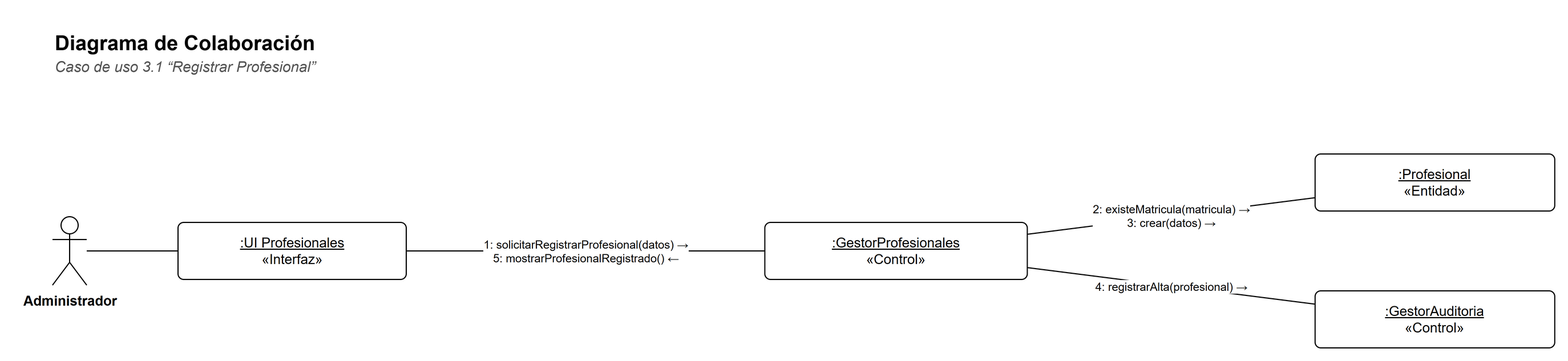
Before: docs/diagramas/colaboracion-3-1.png, a diagram exported from draw.io (Matiglorioso/kineturnos). Source tidied: cells renumbered, new cells last; positions are measured from the earlier drawing's top-left corner, leaving out a move shared by most shapes.
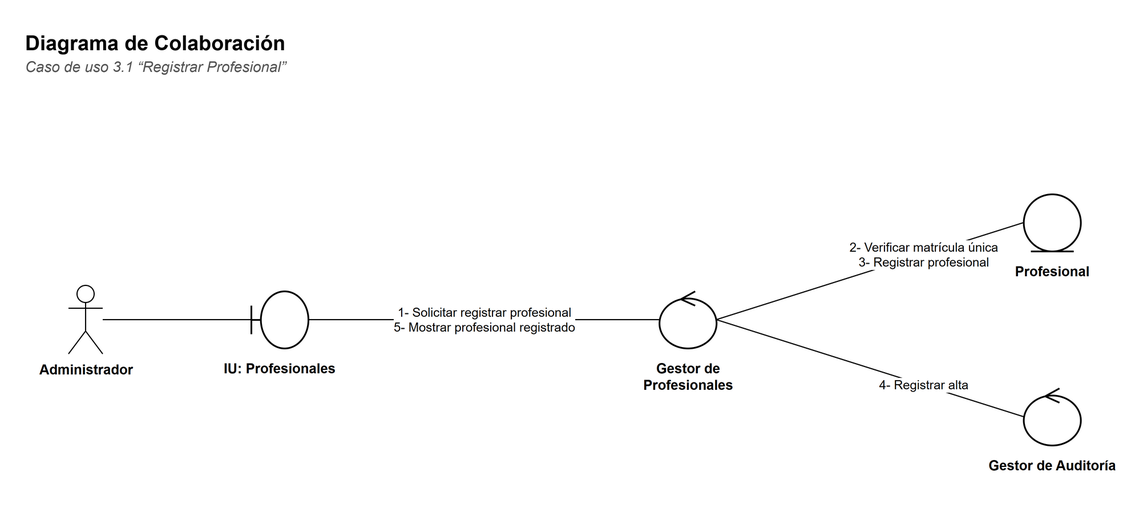
Above is the later version.

What changed in the source:
```diff
@@ -9,31 +9,43 @@
       <mxGeometry y="24" width="900" height="20" as="geometry" />
     </mxCell>
     <mxCell id="4" value="Administrador" style="shape=umlActor;verticalLabelPosition=bottom;verticalAlign=top;html=1;outlineConnect=0;fillColor=#FFFFFF;strokeColor=#000000;fontFamily=Helvetica;fontSize=12;fontStyle=1;" parent="1" vertex="1">
-      <mxGeometry y="170" width="30" height="60" as="geometry" />
+      <mxGeometry x="40" y="230" width="30" height="60" as="geometry" />
     </mxCell>
-    <mxCell id="5" value="&lt;u&gt;:UI Profesionales&lt;/u&gt;&lt;br&gt;«Interfaz»" style="rounded=0;whiteSpace=wrap;html=1;fillColor=#FFFFFF;strokeColor=#000000;fontFamily=Helvetica;fontSize=12;rounded=1;arcSize=10;" parent="1" vertex="1">
-      <mxGeometry x="110" y="175" width="200" height="50" as="geometry" />
+    <mxCell id="5" style="shape=umlBoundary;html=1;fillColor=#FFFFFF;strokeColor=#000000;strokeWidth=1.5;" parent="1" vertex="1">
+      <mxGeometry x="200" y="235" width="50" height="50" as="geometry" />
     </mxCell>
-    <mxCell id="6" value="&lt;u&gt;:GestorProfesionales&lt;/u&gt;&lt;br&gt;«Control»" style="rounded=0;whiteSpace=wrap;html=1;fillColor=#FFFFFF;strokeColor=#000000;fontFamily=Helvetica;fontSize=12;rounded=1;arcSize=10;" parent="1" vertex="1">
-      <mxGeometry x="624.2" y="175" width="230" height="50" as="geometry" />
+    <mxCell id="6" value="&lt;b&gt;IU: Profesionales&lt;/b&gt;" style="text;html=1;strokeColor=none;fillColor=none;align=left;verticalAlign=top;whiteSpace=wrap;fontFamily=Helvetica;align=center;fontSize=12;" parent="1" vertex="1">
+      <mxGeometry x="160" y="289" width="130" height="40" as="geometry" />
     </mxCell>
-    <mxCell id="7" value="&lt;u&gt;:Profesional&lt;/u&gt;&lt;br&gt;«Entidad»" style="rounded=0;whiteSpace=wrap;html=1;fillColor=#FFFFFF;strokeColor=#000000;fontFamily=Helvetica;fontSize=12;rounded=1;arcSize=10;" parent="1" vertex="1">
-      <mxGeometry x="1106.4" y="115" width="210" height="50" as="geometry" />
+    <mxCell id="7" style="shape=umlControl;html=1;fillColor=#FFFFFF;strokeColor=#000000;strokeWidth=1.5;" parent="1" vertex="1">
+      <mxGeometry x="557.6" y="235" width="50" height="50" as="geometry" />
     </mxCell>
-    <mxCell id="8" value="&lt;u&gt;:GestorAuditoria&lt;/u&gt;&lt;br&gt;«Control»" style="rounded=0;whiteSpace=wrap;html=1;fillColor=#FFFFFF;strokeColor=#000000;fontFamily=Helvetica;fontSize=12;rounded=1;arcSize=10;" parent="1" vertex="1">
-      <mxGeometry x="1106.4" y="235" width="210" height="50" as="geometry" />
+    <mxCell id="8" value="&lt;b&gt;Gestor de Profesionales&lt;/b&gt;" style="text;html=1;strokeColor=none;fillColor=none;align=left;verticalAlign=top;whiteSpace=wrap;fontFamily=Helvetica;align=center;fontSize=12;" parent="1" vertex="1">
+      <mxGeometry x="517.6" y="289" width="130" height="40" as="geometry" />
     </mxCell>
-    <mxCell id="9" style="edgeStyle=none;html=1;endArrow=none;endFill=0;strokeColor=#000000;fontFamily=Helvetica;fontSize=11;labelBackgroundColor=#FFFFFF;" parent="1" edge="1" source="4" target="5">
-      <mxGeometry relative="1" as="geometry" />
+    <mxCell id="9" style="shape=umlEntity;html=1;fillColor=#FFFFFF;strokeColor=#000000;strokeWidth=1.5;" parent="1" vertex="1">
+      <mxGeometry x="876.8" y="150" width="50" height="50" as="geometry" />
     </mxCell>
-    <mxCell id="10" value="1: solicitarRegistrarProfesional(datos) →&lt;br&gt;5: mostrarProfesionalRegistrado() ←" style="edgeStyle=none;html=1;endArrow=none;endFill=0;strokeColor=#000000;fontFamily=Helvetica;fontSize=11;labelBackgroundColor=#FFFFFF;fontSize=10;" parent="1" edge="1" source="6" target="5">
-      <mxGeometry relative="1" as="geometry" />
+    <mxCell id="10" value="&lt;b&gt;Profesional&lt;/b&gt;" style="text;html=1;strokeColor=none;fillColor=none;align=left;verticalAlign=top;whiteSpace=wrap;fontFamily=Helvetica;align=center;fontSize=12;" parent="1" vertex="1">
+      <mxGeometry x="836.8" y="204" width="130" height="40" as="geometry" />
     </mxCell>
-    <mxCell id="11" value="2: existeMatricula(matricula) →&lt;br&gt;3: crear(datos) →" style="edgeStyle=none;html=1;endArrow=none;endFill=0;strokeColor=#000000;fontFamily=Helvetica;fontSize=11;labelBackgroundColor=#FFFFFF;fontSize=10;" parent="1" edge="1" source="7" target="6">
-      <mxGeometry relative="1" as="geometry" />
+    <mxCell id="11" style="shape=umlControl;html=1;fillColor=#FFFFFF;strokeColor=#000000;strokeWidth=1.5;" parent="1" vertex="1">
+      <mxGeometry x="876.8" y="320" width="50" height="50" as="geometry" />
     </mxCell>
-    <mxCell id="12" value="4: registrarAlta(profesional) →" style="edgeStyle=none;html=1;endArrow=none;endFill=0;strokeColor=#000000;fontFamily=Helvetica;fontSize=11;labelBackgroundColor=#FFFFFF;fontSize=10;" parent="1" edge="1" source="8" target="6">
-      <mxGeometry relative="1" as="geometry" />
+    <mxCell id="12" value="&lt;b&gt;Gestor de Auditoría&lt;/b&gt;" style="text;html=1;strokeColor=none;fillColor=none;align=left;verticalAlign=top;whiteSpace=wrap;fontFamily=Helvetica;align=center;fontSize=12;" parent="1" vertex="1">
+      <mxGeometry x="836.8" y="374" width="130" height="40" as="geometry" />
     </mxCell>
+    <mxCell id="13" style="edgeStyle=none;html=1;endArrow=none;endFill=0;strokeColor=#000000;fontFamily=Helvetica;fontSize=11;labelBackgroundColor=#FFFFFF;" parent="1" edge="1" source="4" target="5">
+      <mxGeometry relative="1" as="geometry" />
+    </mxCell>
+    <mxCell id="14" value="1- Solicitar registrar profesional&lt;br&gt;5- Mostrar profesional registrado" style="edgeStyle=none;html=1;endArrow=none;endFill=0;strokeColor=#000000;fontFamily=Helvetica;fontSize=11;labelBackgroundColor=#FFFFFF;fontSize=11;exitX=1;exitY=0.5;exitDx=0;exitDy=0;entryX=0;entryY=0.5;entryDx=0;entryDy=0;" parent="1" edge="1" source="5" target="7">
+      <mxGeometry relative="1" as="geometry" />
+    </mxCell>
+    <mxCell id="15" value="2- Verificar matrícula única&lt;br&gt;3- Registrar profesional" style="edgeStyle=none;html=1;endArrow=none;endFill=0;strokeColor=#000000;fontFamily=Helvetica;fontSize=11;labelBackgroundColor=#FFFFFF;fontSize=11;exitX=1;exitY=0.5;exitDx=0;exitDy=0;entryX=0;entryY=0.5;entryDx=0;entryDy=0;" parent="1" edge="1" source="7" target="9">
+      <mxGeometry x="0.35" relative="1" as="geometry" />
+    </mxCell>
+    <mxCell id="16" value="4- Registrar alta" style="edgeStyle=none;html=1;endArrow=none;endFill=0;strokeColor=#000000;fontFamily=Helvetica;fontSize=11;labelBackgroundColor=#FFFFFF;fontSize=11;exitX=1;exitY=0.5;exitDx=0;exitDy=0;entryX=0;entryY=0.5;entryDx=0;entryDy=0;" parent="1" edge="1" source="7" target="11">
+      <mxGeometry x="0.35" relative="1" as="geometry" />
+    </mxCell>
   </root>
 </mxGraphModel>
```
